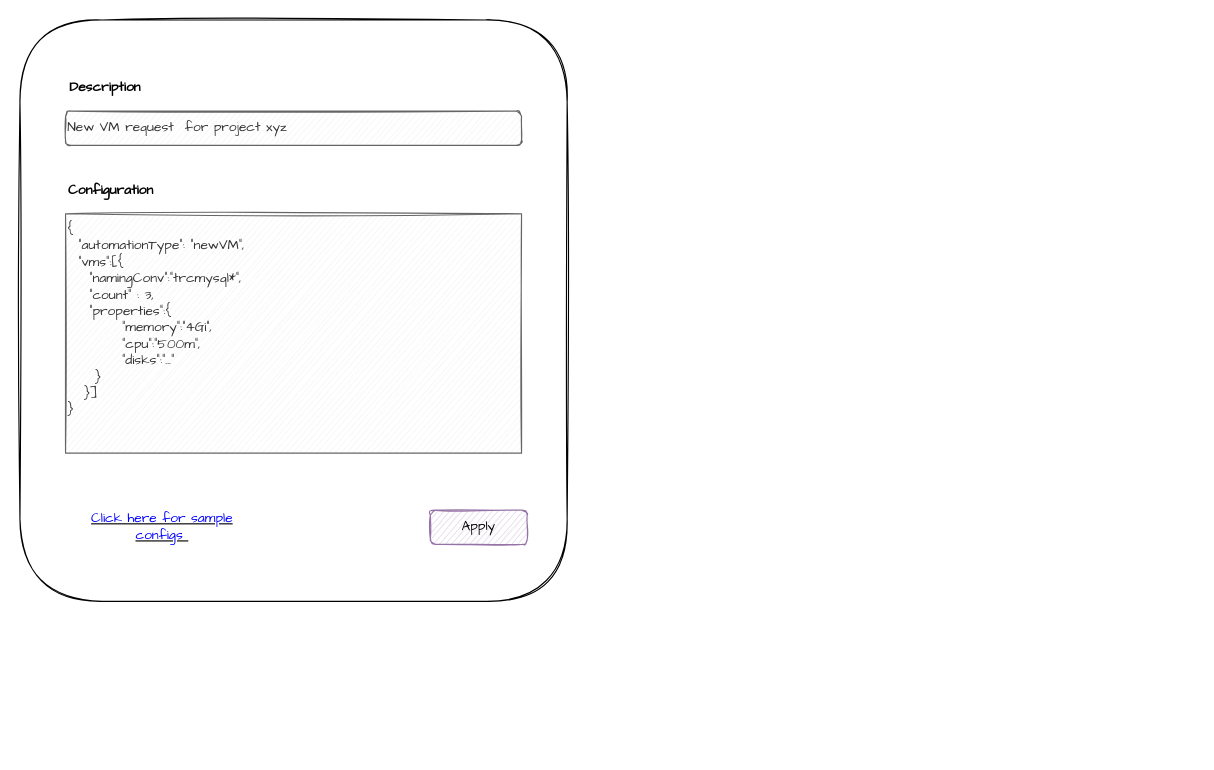
This is page "ITSM" (2 of 4) of diagrams/open-automation.drawio from haidouks/open-automation, a draw.io file, before an edit. Source tidied: cells renumbered, new cells numbered last; positions are measured from the earlier drawing's top-left corner, leaving out a move shared by most shapes. Both pictures are drawn from the tidied source at 114%, with x=0, y=0 at pixel (19, 19).
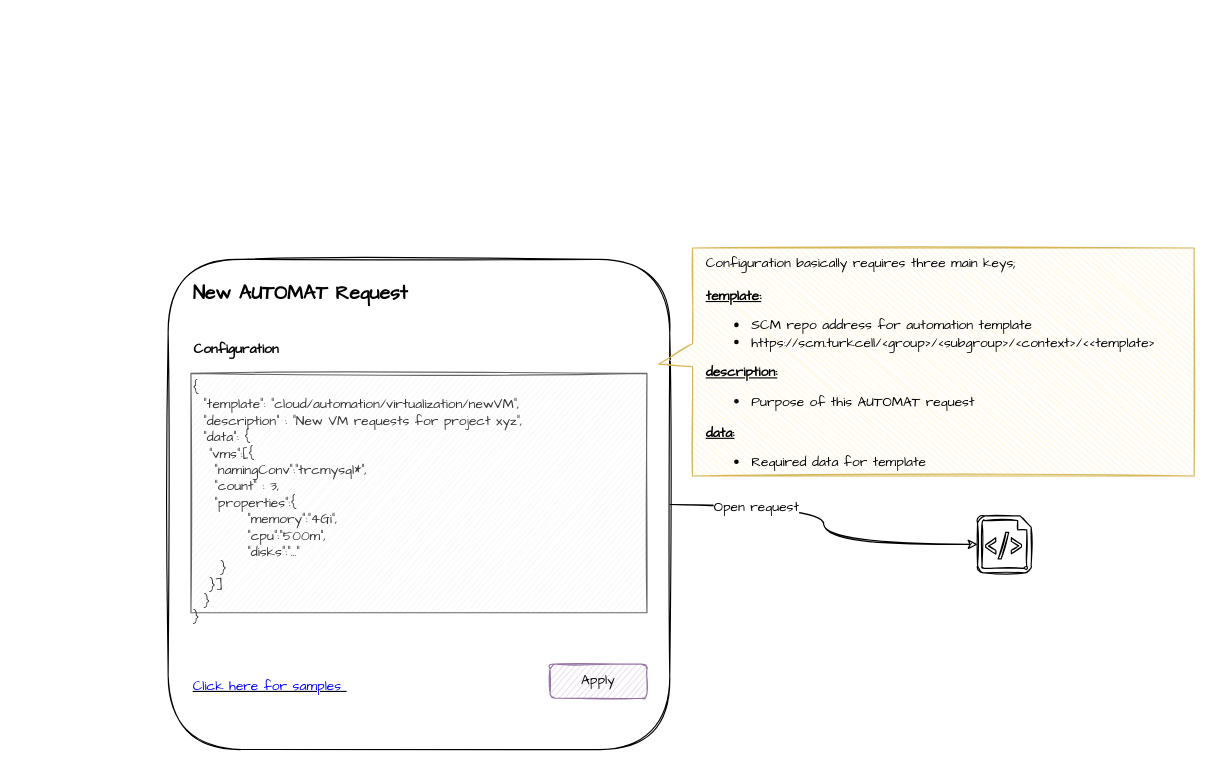
The same diagram, later.

Change to the diagram source:
```diff
@@
 <mxGraphModel>
   <root>
     <mxCell id="0" />
     <mxCell id="1" parent="0" />
+    <mxCell id="9" style="edgeStyle=orthogonalEdgeStyle;rounded=0;sketch=1;jettySize=auto;html=1;entryX=0;entryY=0.5;entryDx=0;entryDy=0;entryPerimeter=0;fontFamily=Comic Sans MS;fontSize=12;curved=1;" parent="1" edge="1" source="2" target="12">
+      <mxGeometry relative="1" as="geometry" />
+    </mxCell>
+    <mxCell id="10" value="Open request" style="edgeLabel;html=1;align=center;verticalAlign=middle;fontSize=12;fontFamily=Comic Sans MS;" parent="9" vertex="1">
+      <mxGeometry x="-0.51" y="-2" relative="1" as="geometry" />
+    </mxCell>
     <mxCell id="2" style="rounded=1;whiteSpace=wrap;html=1;sketch=1;" parent="1" vertex="1">
-      <mxGeometry width="480" height="510" as="geometry" />
+      <mxGeometry x="130" y="210" width="440" height="430" as="geometry" />
     </mxCell>
-    <mxCell id="3" value="New VM request &amp;nbsp;for project xyz" style="rounded=1;whiteSpace=wrap;html=1;align=left;fillColor=#f5f5f5;strokeColor=#666666;fontColor=#333333;sketch=1;fontFamily=Comic Sans MS;" parent="1" vertex="1">
-      <mxGeometry x="40" y="80" width="400" height="30" as="geometry" />
-    </mxCell>
-    <mxCell id="4" value="&lt;div&gt;{&lt;br&gt;&lt;/div&gt;&lt;div&gt;&amp;nbsp; &quot;automationType&quot;: &quot;newVM&quot;,&lt;/div&gt;&lt;div&gt;&amp;nbsp; &quot;vms&quot;:[{&lt;/div&gt;&lt;div&gt;&amp;nbsp; &amp;nbsp; &quot;namingConv&quot;:&quot;trcmysql*&quot;,&lt;/div&gt;&lt;div&gt;&amp;nbsp; &amp;nbsp; &quot;count&quot; : 3,&lt;/div&gt;&lt;div&gt;&amp;nbsp; &amp;nbsp; &quot;properties&quot;:{&lt;/div&gt;&lt;div&gt;&amp;nbsp; &amp;nbsp; &amp;nbsp; &amp;nbsp; &amp;nbsp; &quot;memory&quot;:&quot;4Gi&quot;,&lt;/div&gt;&lt;div&gt;&amp;nbsp; &amp;nbsp; &amp;nbsp; &amp;nbsp; &amp;nbsp; &quot;cpu&quot;:&quot;500m&quot;,&lt;/div&gt;&lt;div&gt;&amp;nbsp; &amp;nbsp; &amp;nbsp; &amp;nbsp; &amp;nbsp; &quot;disks&quot;:&quot;...&quot;&lt;/div&gt;&lt;div&gt;&amp;nbsp; &amp;nbsp; &amp;nbsp;}&lt;/div&gt;&lt;div&gt;&amp;nbsp; &amp;nbsp;}]&lt;/div&gt;&lt;div&gt;}&lt;/div&gt;&lt;div&gt;&lt;div&gt;&lt;div&gt;&lt;br&gt;&lt;/div&gt;&lt;/div&gt;&lt;/div&gt;" style="rounded=0;whiteSpace=wrap;html=1;align=left;verticalAlign=top;fillColor=#f5f5f5;strokeColor=#666666;fontColor=#333333;sketch=1;fontFamily=Comic Sans MS;" parent="1" vertex="1">
-      <mxGeometry x="40" y="170" width="400" height="210" as="geometry" />
+    <mxCell id="4" value="&lt;div&gt;{&lt;br&gt;&lt;/div&gt;&lt;div&gt;&amp;nbsp; &quot;template&quot;: &quot;cloud/automation/virtualization/newVM&quot;,&lt;/div&gt;&lt;div&gt;&amp;nbsp; &quot;description&quot; : &quot;New VM requests for project xyz&quot;,&lt;/div&gt;&lt;div&gt;&amp;nbsp; &quot;data&quot;: {&amp;nbsp;&lt;/div&gt;&lt;div&gt;&amp;nbsp; &amp;nbsp;&quot;vms&quot;:[{&lt;/div&gt;&lt;div&gt;&amp;nbsp; &amp;nbsp; &quot;namingConv&quot;:&quot;trcmysql*&quot;,&lt;/div&gt;&lt;div&gt;&amp;nbsp; &amp;nbsp; &quot;count&quot; : 3,&lt;/div&gt;&lt;div&gt;&amp;nbsp; &amp;nbsp; &quot;properties&quot;:{&lt;/div&gt;&lt;div&gt;&amp;nbsp; &amp;nbsp; &amp;nbsp; &amp;nbsp; &amp;nbsp; &quot;memory&quot;:&quot;4Gi&quot;,&lt;/div&gt;&lt;div&gt;&amp;nbsp; &amp;nbsp; &amp;nbsp; &amp;nbsp; &amp;nbsp; &quot;cpu&quot;:&quot;500m&quot;,&lt;/div&gt;&lt;div&gt;&amp;nbsp; &amp;nbsp; &amp;nbsp; &amp;nbsp; &amp;nbsp; &quot;disks&quot;:&quot;...&quot;&lt;/div&gt;&lt;div&gt;&amp;nbsp; &amp;nbsp; &amp;nbsp;}&lt;/div&gt;&lt;div&gt;&amp;nbsp; &amp;nbsp;}]&lt;/div&gt;&lt;div&gt;&amp;nbsp; }&lt;/div&gt;&lt;div&gt;}&lt;/div&gt;&lt;div&gt;&lt;div&gt;&lt;div&gt;&lt;br&gt;&lt;/div&gt;&lt;/div&gt;&lt;/div&gt;" style="rounded=0;whiteSpace=wrap;html=1;align=left;verticalAlign=top;fillColor=#f5f5f5;strokeColor=#666666;fontColor=#333333;sketch=1;fontFamily=Comic Sans MS;" parent="1" vertex="1">
+      <mxGeometry x="150" y="310" width="400" height="210" as="geometry" />
     </mxCell>
-    <mxCell id="5" value="&lt;u&gt;&lt;font color=&quot;#0000ff&quot;&gt;Click here for sample configs&amp;nbsp;&lt;/font&gt;&lt;/u&gt;" style="text;html=1;strokeColor=none;fillColor=none;align=center;verticalAlign=middle;whiteSpace=wrap;rounded=0;sketch=1;fontFamily=Comic Sans MS;" parent="1" vertex="1">
-      <mxGeometry x="40" y="435" width="170" height="20" as="geometry" />
+    <mxCell id="5" value="&lt;u&gt;&lt;font color=&quot;#0000ff&quot;&gt;Click here for samples&amp;nbsp;&lt;/font&gt;&lt;/u&gt;" style="text;html=1;strokeColor=none;fillColor=none;align=left;verticalAlign=middle;whiteSpace=wrap;rounded=0;sketch=1;fontFamily=Comic Sans MS;" parent="1" vertex="1">
+      <mxGeometry x="150" y="575" width="200" height="20" as="geometry" />
     </mxCell>
     <mxCell id="6" value="Apply" style="rounded=1;whiteSpace=wrap;html=1;fillColor=#e1d5e7;strokeColor=#9673a6;sketch=1;fontFamily=Comic Sans MS;" parent="1" vertex="1">
-      <mxGeometry x="360" y="430" width="85" height="30" as="geometry" />
+      <mxGeometry x="465" y="565" width="85" height="30" as="geometry" />
     </mxCell>
-    <mxCell id="7" value="Description" style="text;html=1;strokeColor=none;fillColor=none;align=center;verticalAlign=middle;whiteSpace=wrap;rounded=0;fontStyle=1;fontFamily=Comic Sans MS;" parent="1" vertex="1">
-      <mxGeometry x="40" y="50" width="70" height="20" as="geometry" />
+    <mxCell id="7" value="New AUTOMAT Request&amp;nbsp;" style="text;html=1;strokeColor=none;fillColor=none;align=left;verticalAlign=middle;whiteSpace=wrap;rounded=0;fontStyle=1;fontFamily=Comic Sans MS;fontSize=17;" parent="1" vertex="1">
+      <mxGeometry x="150" y="230" width="270" height="20" as="geometry" />
     </mxCell>
     <mxCell id="8" value="Configuration" style="text;html=1;strokeColor=none;fillColor=none;align=center;verticalAlign=middle;whiteSpace=wrap;rounded=0;fontStyle=1;fontFamily=Comic Sans MS;" parent="1" vertex="1">
-      <mxGeometry x="40" y="140" width="80" height="20" as="geometry" />
+      <mxGeometry x="150" y="280" width="80" height="20" as="geometry" />
     </mxCell>
+    <mxCell id="11" value="Configuration basically requires three main keys;&lt;br&gt;&lt;br&gt;&lt;b&gt;&lt;u&gt;template:&lt;/u&gt;&lt;/b&gt;&lt;br&gt;&lt;ul&gt;&lt;li&gt;SCM repo address for automation template&lt;br&gt;&lt;/li&gt;&lt;li&gt;https://scm.turkcell/&amp;lt;group&amp;gt;/&amp;lt;subgroup&amp;gt;/&amp;lt;context&amp;gt;/&amp;lt;&amp;lt;template&amp;gt;&lt;/li&gt;&lt;/ul&gt;&lt;div&gt;&lt;b&gt;&lt;u&gt;description:&lt;/u&gt;&lt;/b&gt;&lt;/div&gt;&lt;div&gt;&lt;ul&gt;&lt;li&gt;Purpose of this AUTOMAT request&lt;/li&gt;&lt;/ul&gt;&lt;/div&gt;&lt;div&gt;&lt;b&gt;&lt;u&gt;data:&lt;/u&gt;&lt;/b&gt;&lt;/div&gt;&lt;div&gt;&lt;ul&gt;&lt;li&gt;Required data for template&lt;br&gt;&lt;/li&gt;&lt;/ul&gt;&lt;/div&gt;" style="shape=callout;whiteSpace=wrap;html=1;perimeter=calloutPerimeter;rounded=0;labelBackgroundColor=none;sketch=1;fontFamily=Comic Sans MS;fontSize=12;align=left;position2=0.51;size=30;position=0.42;direction=south;verticalAlign=top;fillColor=#fff2cc;strokeColor=#d6b656;spacingLeft=10;" parent="1" vertex="1">
+      <mxGeometry x="560" y="200" width="470" height="200" as="geometry" />
+    </mxCell>
+    <mxCell id="12" style="shadow=0;dashed=0;html=1;labelPosition=center;verticalLabelPosition=bottom;verticalAlign=top;align=center;shape=mxgraph.azure.script_file;rounded=1;labelBackgroundColor=none;sketch=1;fontFamily=Comic Sans MS;fontSize=12;" parent="1" vertex="1">
+      <mxGeometry x="840" y="435" width="47" height="50" as="geometry" />
+    </mxCell>
   </root>
 </mxGraphModel>
```
